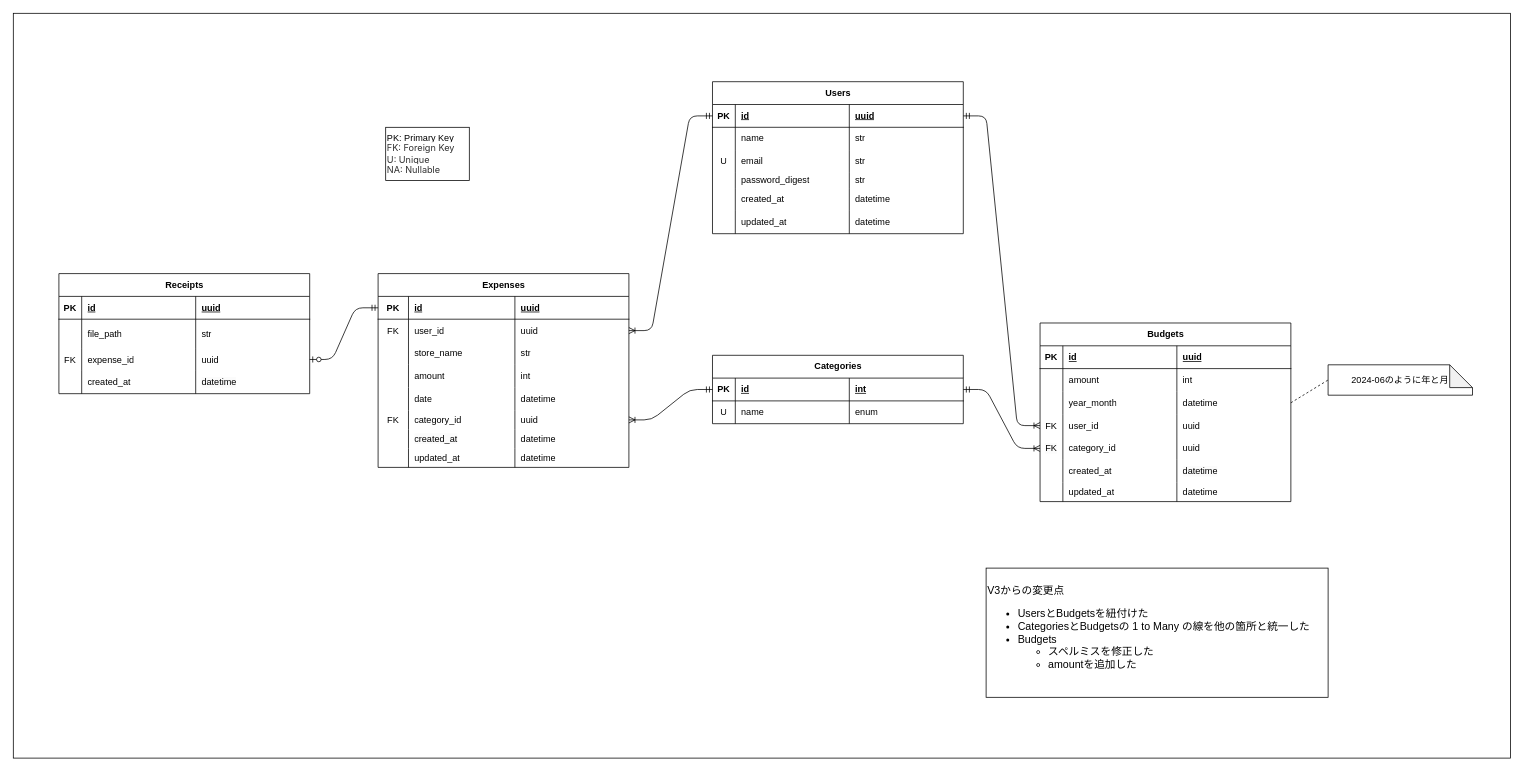
Above: architecture/ER/ER.drawio in ogaogs/receipt-scanner (draw.io), before the change. Source tidied: cells renumbered, new cells numbered last; positions are measured from the earlier drawing's top-left corner, leaving out a move shared by most shapes. Both pictures are drawn from the tidied source at 76%, with x=0, y=0 at pixel (13, 13).
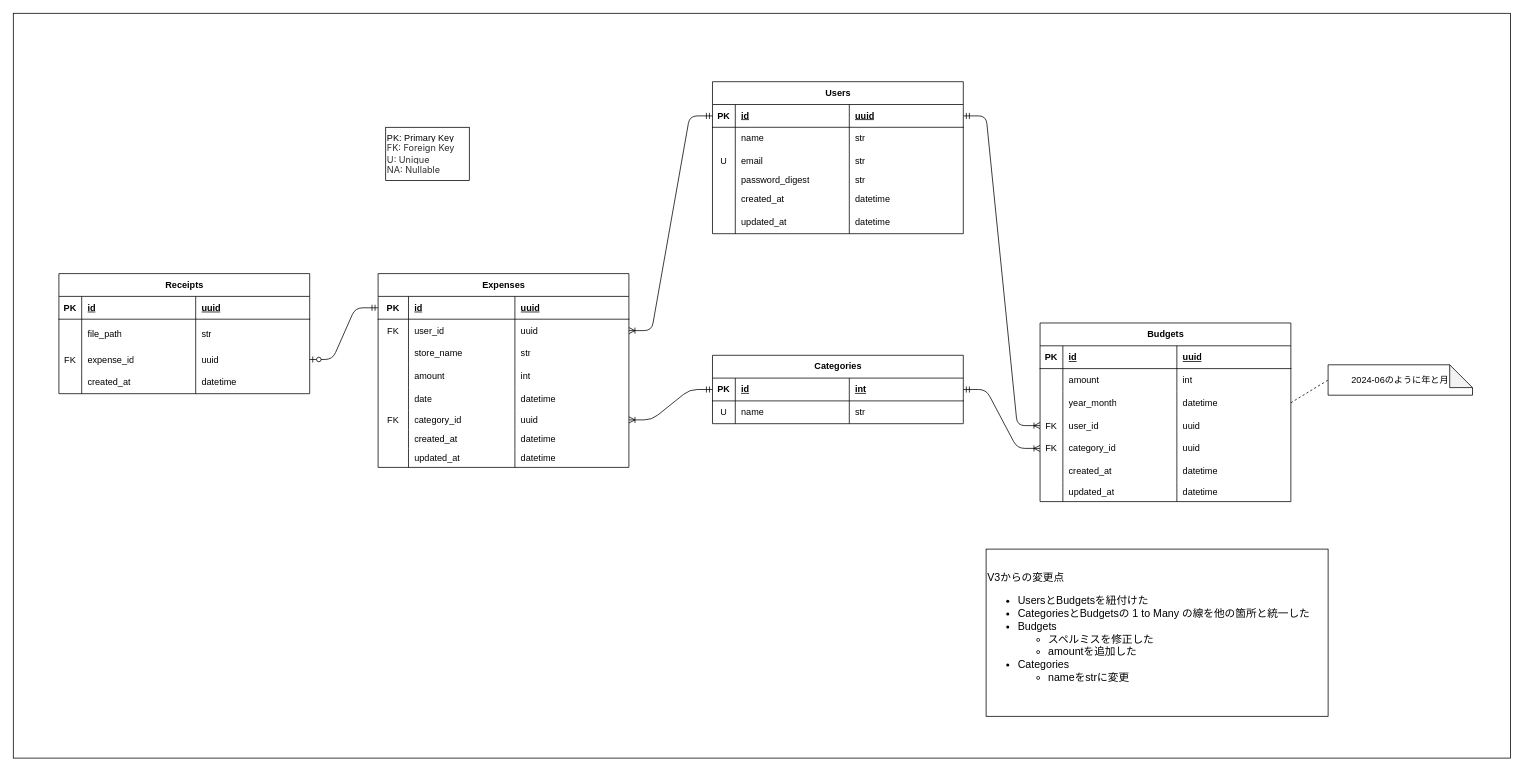
After the change.

Commit message (it also covers changes not shown here):
🗃️ ER図のCategoriesのnameをstrに変更 (#41)

Unchanged cells that the change refers to:
```xml
<mxCell id="66" style="shape=tableRow;horizontal=0;startSize=0;swimlaneHead=0;swimlaneBody=0;fillColor=none;top=0;left=0;right=0;bottom=0;" parent="61" vertex="1">
  <mxGeometry y="60" width="330" height="30" as="geometry" />
</mxCell>
```

Diff of the diagram source:
```diff
@@
-    <mxCell id="69" value="enum" style="shape=partialRectangle;fillColor=none;top=0;left=0;bottom=0;right=0;align=left;spacingLeft=6;overflow=hidden;whiteSpace=wrap;html=1;" parent="66" vertex="1">
+    <mxCell id="69" value="str" style="shape=partialRectangle;fillColor=none;top=0;left=0;bottom=0;right=0;align=left;spacingLeft=6;overflow=hidden;whiteSpace=wrap;html=1;" parent="66" vertex="1">
       <mxGeometry x="180" width="150" height="30" as="geometry" />
     </mxCell>
@@
-    <mxCell id="116" value="&lt;div style=&quot;font-size: 14px;&quot;&gt;V3からの変更点&lt;/div&gt;&lt;ul style=&quot;&quot;&gt;&lt;li style=&quot;font-size: 14px;&quot;&gt;UsersとBudgetsを紐付けた&lt;/li&gt;&lt;li style=&quot;font-size: 14px;&quot;&gt;CategoriesとBudgetsの 1 to Many の線を他の箇所と統一した&lt;/li&gt;&lt;li style=&quot;font-size: 14px;&quot;&gt;Budgets&lt;/li&gt;&lt;ul&gt;&lt;li style=&quot;font-size: 14px;&quot;&gt;スペルミスを修正した&lt;/li&gt;&lt;li style=&quot;font-size: 14px;&quot;&gt;amountを追加した&lt;/li&gt;&lt;/ul&gt;&lt;/ul&gt;" style="text;html=1;align=left;verticalAlign=middle;strokeColor=default;fillColor=none;fontSize=14;" parent="1" vertex="1">
-      <mxGeometry x="1280" y="730" width="450" height="170" as="geometry" />
+    <mxCell id="116" value="&lt;div style=&quot;font-size: 14px;&quot;&gt;V3からの変更点&lt;/div&gt;&lt;ul style=&quot;&quot;&gt;&lt;li style=&quot;font-size: 14px;&quot;&gt;UsersとBudgetsを紐付けた&lt;/li&gt;&lt;li style=&quot;font-size: 14px;&quot;&gt;CategoriesとBudgetsの 1 to Many の線を他の箇所と統一した&lt;/li&gt;&lt;li style=&quot;font-size: 14px;&quot;&gt;Budgets&lt;/li&gt;&lt;ul&gt;&lt;li style=&quot;font-size: 14px;&quot;&gt;スペルミスを修正した&lt;/li&gt;&lt;li style=&quot;font-size: 14px;&quot;&gt;amountを追加した&lt;/li&gt;&lt;/ul&gt;&lt;li&gt;Categories&lt;/li&gt;&lt;ul&gt;&lt;li&gt;nameをstrに変更&lt;/li&gt;&lt;/ul&gt;&lt;/ul&gt;" style="text;html=1;align=left;verticalAlign=middle;strokeColor=default;fillColor=none;fontSize=14;" parent="1" vertex="1">
+      <mxGeometry x="1280" y="705" width="450" height="220" as="geometry" />
     </mxCell>
```
